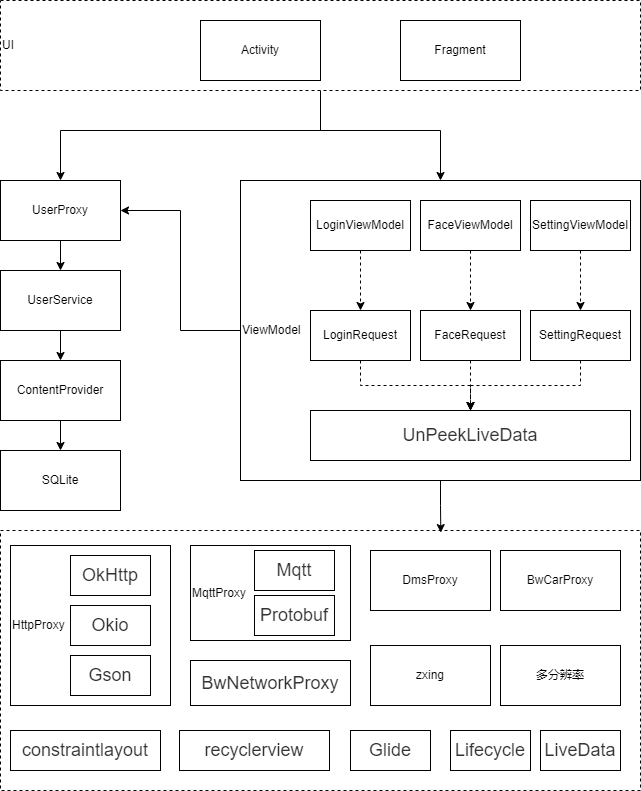
The draw.io diagram x9hp/用户管理应用架构图.png in notigit/Image, before a commit. Source tidied: cells renumbered, new cells last; positions are measured from the earlier drawing's top-left corner, leaving out a move shared by most shapes.
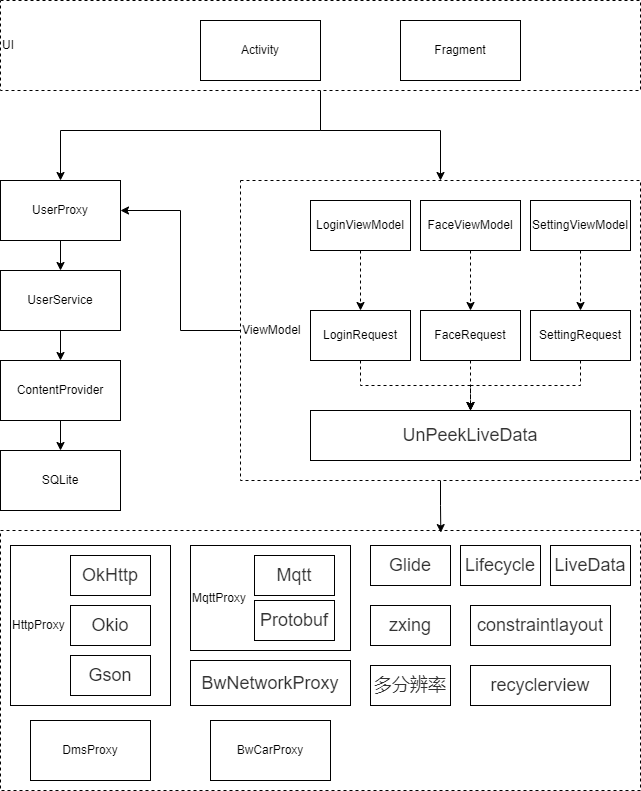
Later version of the same file.

Commit message:
更新用户管理应用架构图.png

Change to the diagram source:
```diff
@@ -42,7 +42,7 @@
     <mxCell id="11" style="edgeStyle=orthogonalEdgeStyle;rounded=0;jettySize=auto;html=1;entryX=1;entryY=0.5;entryDx=0;entryDy=0;" parent="1" edge="1" source="12" target="9">
       <mxGeometry relative="1" as="geometry" />
     </mxCell>
-    <mxCell id="12" value="ViewModel" style="rounded=0;whiteSpace=wrap;html=1;align=left;" parent="1" vertex="1">
+    <mxCell id="12" value="ViewModel" style="rounded=0;whiteSpace=wrap;html=1;align=left;dashed=1;" parent="1" vertex="1">
       <mxGeometry x="240" y="180" width="400" height="300" as="geometry" />
     </mxCell>
     <mxCell id="13" style="edgeStyle=orthogonalEdgeStyle;rounded=0;jettySize=auto;html=1;entryX=0.5;entryY=0;entryDx=0;entryDy=0;" parent="1" edge="1" source="14" target="16">
@@ -61,31 +61,25 @@
       <mxGeometry x="10" y="545" width="160" height="160" as="geometry" />
     </mxCell>
     <mxCell id="18" value="MqttProxy" style="rounded=0;whiteSpace=wrap;html=1;align=left;" parent="1" vertex="1">
-      <mxGeometry x="190" y="545" width="160" height="95" as="geometry" />
+      <mxGeometry x="190" y="545" width="160" height="105" as="geometry" />
     </mxCell>
     <mxCell id="19" value="DmsProxy" style="rounded=0;whiteSpace=wrap;html=1;" parent="1" vertex="1">
-      <mxGeometry x="370" y="550" width="120" height="60" as="geometry" />
+      <mxGeometry x="30" y="720" width="120" height="60" as="geometry" />
     </mxCell>
     <mxCell id="20" value="BwCarProxy" style="rounded=0;whiteSpace=wrap;html=1;" parent="1" vertex="1">
-      <mxGeometry x="500" y="550" width="120" height="60" as="geometry" />
+      <mxGeometry x="210" y="720" width="120" height="60" as="geometry" />
     </mxCell>
     <mxCell id="21" value="SQLite" style="rounded=0;whiteSpace=wrap;html=1;" parent="1" vertex="1">
       <mxGeometry y="450" width="120" height="60" as="geometry" />
     </mxCell>
-    <mxCell id="22" value="&lt;span style=&quot;color: rgb(50 , 50 , 50) ; font-size: 18px ; background-color: rgba(255 , 255 , 255 , 0.01)&quot;&gt;constraintlayout&lt;/span&gt;" style="rounded=0;whiteSpace=wrap;html=1;" parent="1" vertex="1">
-      <mxGeometry x="10" y="730" width="150" height="40" as="geometry" />
-    </mxCell>
-    <mxCell id="23" value="&lt;span style=&quot;color: rgb(50 , 50 , 50) ; font-size: 18px ; background-color: rgba(255 , 255 , 255 , 0.01)&quot;&gt;recyclerview&lt;/span&gt;" style="rounded=0;whiteSpace=wrap;html=1;" parent="1" vertex="1">
-      <mxGeometry x="179" y="730" width="150" height="40" as="geometry" />
-    </mxCell>
     <mxCell id="24" value="&lt;span style=&quot;color: rgb(50 , 50 , 50) ; font-size: 18px ; background-color: rgba(255 , 255 , 255 , 0.01)&quot;&gt;Glide&lt;/span&gt;" style="rounded=0;whiteSpace=wrap;html=1;" parent="1" vertex="1">
-      <mxGeometry x="350" y="730" width="80" height="40" as="geometry" />
+      <mxGeometry x="370" y="545" width="80" height="40" as="geometry" />
     </mxCell>
     <mxCell id="25" value="&lt;span style=&quot;color: rgb(50 , 50 , 50) ; font-size: 18px ; background-color: rgba(255 , 255 , 255 , 0.01)&quot;&gt;Lifecycle&lt;/span&gt;" style="rounded=0;whiteSpace=wrap;html=1;" parent="1" vertex="1">
-      <mxGeometry x="450" y="730" width="80" height="40" as="geometry" />
+      <mxGeometry x="460" y="545" width="80" height="40" as="geometry" />
     </mxCell>
     <mxCell id="26" value="&lt;span style=&quot;color: rgb(50 , 50 , 50) ; font-size: 18px ; background-color: rgba(255 , 255 , 255 , 0.01)&quot;&gt;LiveData&lt;/span&gt;" style="rounded=0;whiteSpace=wrap;html=1;" parent="1" vertex="1">
-      <mxGeometry x="540" y="730" width="80" height="40" as="geometry" />
+      <mxGeometry x="550" y="545" width="80" height="40" as="geometry" />
     </mxCell>
     <mxCell id="27" value="&lt;span style=&quot;color: rgb(50 , 50 , 50) ; font-size: 18px ; background-color: rgba(255 , 255 , 255 , 0.01)&quot;&gt;OkHttp&lt;/span&gt;" style="rounded=0;whiteSpace=wrap;html=1;" parent="1" vertex="1">
       <mxGeometry x="70" y="555" width="80" height="40" as="geometry" />
@@ -100,10 +94,10 @@
       <mxGeometry x="190" y="660" width="160" height="45" as="geometry" />
     </mxCell>
     <mxCell id="31" value="&lt;span style=&quot;color: rgb(50 , 50 , 50) ; font-size: 18px ; background-color: rgba(255 , 255 , 255 , 0.01)&quot;&gt;Mqtt&lt;/span&gt;" style="rounded=0;whiteSpace=wrap;html=1;" parent="1" vertex="1">
-      <mxGeometry x="254" y="550" width="80" height="40" as="geometry" />
+      <mxGeometry x="254" y="555" width="80" height="40" as="geometry" />
     </mxCell>
     <mxCell id="32" value="&lt;span style=&quot;color: rgb(50 , 50 , 50) ; font-size: 18px ; background-color: rgba(255 , 255 , 255 , 0.01)&quot;&gt;Protobuf&lt;/span&gt;" style="rounded=0;whiteSpace=wrap;html=1;" parent="1" vertex="1">
-      <mxGeometry x="254" y="595" width="80" height="40" as="geometry" />
+      <mxGeometry x="254" y="600" width="80" height="40" as="geometry" />
     </mxCell>
     <mxCell id="33" style="edgeStyle=orthogonalEdgeStyle;rounded=0;jettySize=auto;html=1;dashed=1;" parent="1" edge="1" source="34" target="40">
       <mxGeometry relative="1" as="geometry" />
@@ -144,11 +138,17 @@
     <mxCell id="45" value="&lt;span style=&quot;color: rgb(50 , 50 , 50) ; font-size: 18px ; background-color: rgba(255 , 255 , 255 , 0.01)&quot;&gt;UnPeekLiveData&lt;/span&gt;" style="rounded=0;whiteSpace=wrap;html=1;" parent="1" vertex="1">
       <mxGeometry x="310" y="410" width="320" height="50" as="geometry" />
     </mxCell>
-    <mxCell id="46" value="zxing" style="rounded=0;whiteSpace=wrap;html=1;" parent="1" vertex="1">
-      <mxGeometry x="370" y="645" width="120" height="60" as="geometry" />
+    <mxCell id="46" value="&lt;font color=&quot;#323232&quot;&gt;&lt;span style=&quot;font-size: 18px ; background-color: rgba(255 , 255 , 255 , 0.01)&quot;&gt;zxing&lt;/span&gt;&lt;/font&gt;" style="rounded=0;whiteSpace=wrap;html=1;" parent="1" vertex="1">
+      <mxGeometry x="370" y="605" width="80" height="40" as="geometry" />
     </mxCell>
-    <mxCell id="47" value="多分辨率" style="rounded=0;whiteSpace=wrap;html=1;" parent="1" vertex="1">
-      <mxGeometry x="500" y="645" width="120" height="60" as="geometry" />
+    <mxCell id="47" value="&lt;font color=&quot;#323232&quot;&gt;&lt;span style=&quot;font-size: 18px ; background-color: rgba(255 , 255 , 255 , 0.01)&quot;&gt;多分辨率&lt;/span&gt;&lt;/font&gt;" style="rounded=0;whiteSpace=wrap;html=1;" parent="1" vertex="1">
+      <mxGeometry x="370" y="665" width="80" height="40" as="geometry" />
     </mxCell>
+    <mxCell id="22" value="&lt;span style=&quot;color: rgb(50 , 50 , 50) ; font-size: 18px ; background-color: rgba(255 , 255 , 255 , 0.01)&quot;&gt;constraintlayout&lt;/span&gt;" style="rounded=0;whiteSpace=wrap;html=1;" parent="1" vertex="1">
+      <mxGeometry x="470" y="605" width="140" height="40" as="geometry" />
+    </mxCell>
+    <mxCell id="23" value="&lt;span style=&quot;color: rgb(50 , 50 , 50) ; font-size: 18px ; background-color: rgba(255 , 255 , 255 , 0.01)&quot;&gt;recyclerview&lt;/span&gt;" style="rounded=0;whiteSpace=wrap;html=1;" parent="1" vertex="1">
+      <mxGeometry x="470" y="665" width="140" height="40" as="geometry" />
+    </mxCell>
   </root>
 </mxGraphModel>
```
